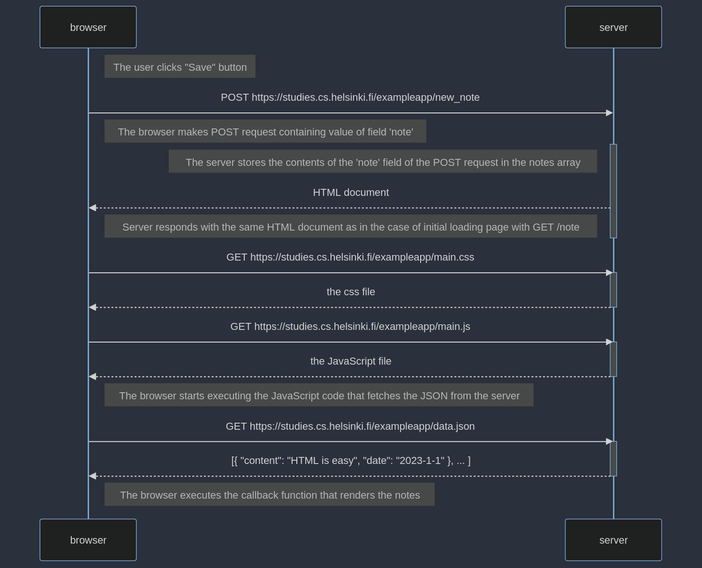
SzanownyPanBorowiecki/fullstackopen keeps this Mermaid diagram as part0/ex4/new_note_diagram.png. Above is the earlier version. Its source is kept beside it as part0/ex4/new_note_diagram.mmd. Source of this version:
```mermaid
sequenceDiagram
    participant browser
    participant server

    Note right of browser: The user clicks "Save" button
    browser->>server: POST https://studies.cs.helsinki.fi/exampleapp/new_note
    Note right of browser: The browser makes POST request containing value of field 'note'
    activate server
    Note left of server: The server stores the contents of the 'note' field of the POST request in the notes array
    server-->>browser: HTML document
    Note left of server: Server responds with the same HTML document as in the case of initial loading page with GET /note
    deactivate server

    browser->>server: GET https://studies.cs.helsinki.fi/exampleapp/main.css
    activate server
    server-->>browser: the css file
    deactivate server

    browser->>server: GET https://studies.cs.helsinki.fi/exampleapp/main.js
    activate server
    server-->>browser: the JavaScript file
    deactivate server

    Note right of browser: The browser starts executing the JavaScript code that fetches the JSON from the server

    browser->>server: GET https://studies.cs.helsinki.fi/exampleapp/data.json
    activate server
    server-->>browser: [{ "content": "HTML is easy", "date": "2023-1-1" }, ... ]
    deactivate server

    Note right of browser: The browser executes the callback function that renders the notes
```
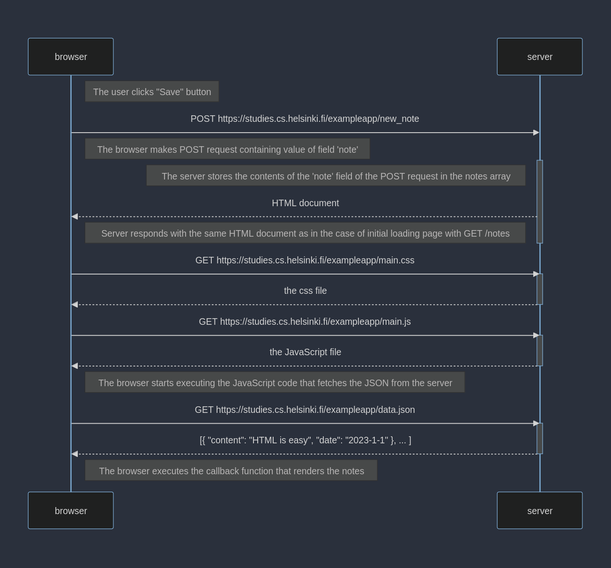
Later version of the same file.

Diff of the diagram source:
```diff
@@ -8,7 +8,7 @@
     activate server
     Note left of server: The server stores the contents of the 'note' field of the POST request in the notes array
     server-->>browser: HTML document
-    Note left of server: Server responds with the same HTML document as in the case of initial loading page with GET /note
+    Note left of server: Server responds with the same HTML document as in the case of initial loading page with GET /notes
     deactivate server
 
     browser->>server: GET https://studies.cs.helsinki.fi/exampleapp/main.css
```
